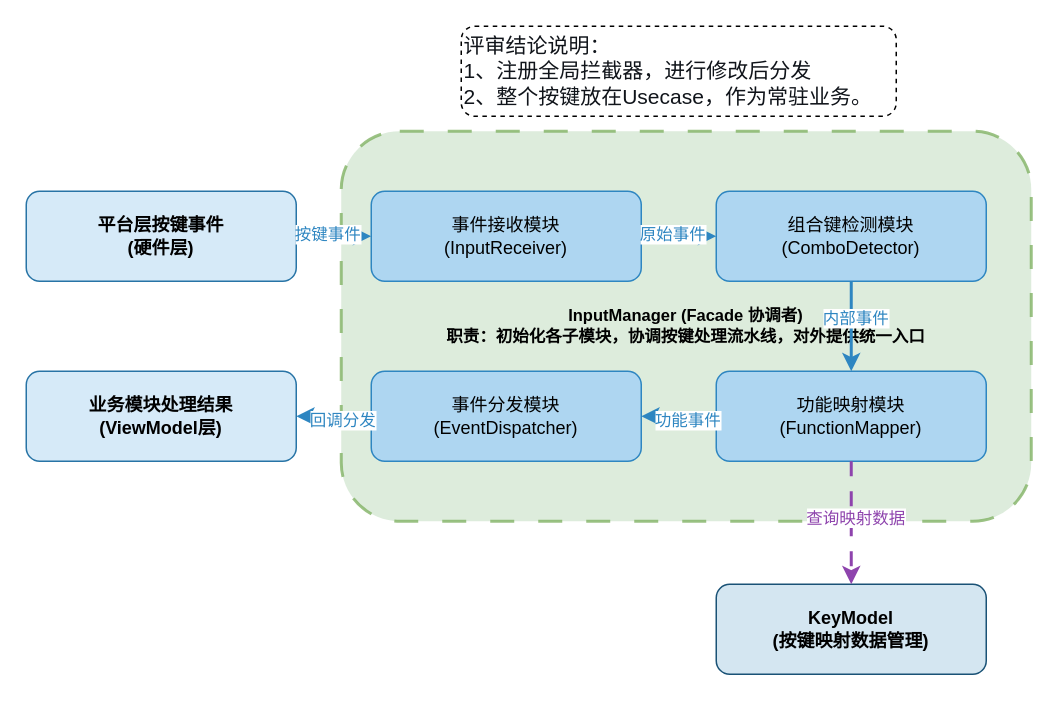
Before: page "按键分发" (11 of 13) of PDR.drawio in liyunhao2/technology, a draw.io diagram. Source tidied: cells renumbered, new cells numbered last; positions are measured from the earlier drawing's top-left corner, leaving out a move shared by most shapes. Both pictures are drawn from the tidied source at 150%, with x=0, y=0 at pixel (26, 26).
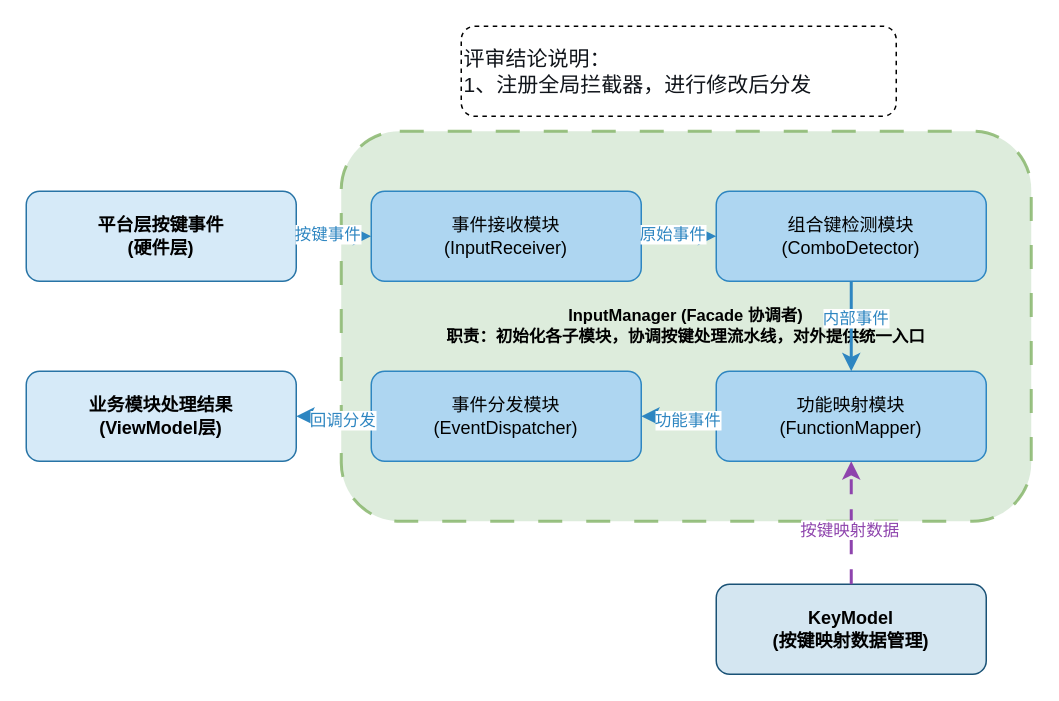
After the change.

The change refers to these unchanged cells:
```xml
<mxCell id="6" value="功能映射模块&lt;br&gt;(FunctionMapper)" style="rounded=1;whiteSpace=wrap;html=1;fillColor=#AED6F1;strokeColor=#2E86C1;fontSize=12;" parent="1" vertex="1">
  <mxGeometry x="460" y="230" width="180" height="60" as="geometry" />
</mxCell>
<mxCell id="9" value="KeyModel&lt;br&gt;(按键映射数据管理)" style="rounded=1;whiteSpace=wrap;html=1;fillColor=#D4E6F1;strokeColor=#1A5276;fontSize=12;fontStyle=1;" parent="1" vertex="1">
  <mxGeometry x="460" y="372" width="180" height="60" as="geometry" />
</mxCell>
```

The edit, as a diff of the source:
```diff
@@
-    <mxCell id="20" style="edgeStyle=orthogonalEdgeStyle;rounded=0;html=1;exitX=0.5;exitY=1;dashed=1;dashPattern=5 5;endArrow=classic;strokeColor=#8E44AD;strokeWidth=2;exitDx=0;exitDy=0;entryX=0.5;entryY=0;entryDx=0;entryDy=0;" parent="1" edge="1" source="6" target="9">
-      <mxGeometry relative="1" as="geometry">
-        <Array as="points">
-          <mxPoint x="550" y="350" />
-          <mxPoint x="550" y="350" />
-        </Array>
-      </mxGeometry>
+    <mxCell id="20" style="edgeStyle=orthogonalEdgeStyle;rounded=0;html=1;dashed=1;dashPattern=5 5;endArrow=classic;strokeColor=#8E44AD;strokeWidth=2;entryX=0.5;entryY=1;entryDx=0;entryDy=0;exitX=0.5;exitY=0;exitDx=0;exitDy=0;" parent="1" edge="1" source="9" target="6">
+      <mxGeometry relative="1" as="geometry" />
     </mxCell>
-    <mxCell id="21" value="查询映射数据" style="edgeLabel;html=1;align=center;verticalAlign=middle;fontSize=11;fontColor=#8E44AD;" parent="20" vertex="1">
+    <mxCell id="21" value="按键映射数据" style="edgeLabel;html=1;align=center;verticalAlign=middle;fontSize=11;fontColor=#8E44AD;" parent="20" vertex="1">
       <mxGeometry x="-0.1" y="2" relative="1" as="geometry" />
     </mxCell>
-    <mxCell id="22" value="&lt;div&gt;&lt;span style=&quot;color: rgb(16, 20, 26); font-family: &amp;quot;PingFang SC&amp;quot;, &amp;quot;Microsoft YaHei&amp;quot;, 黑体, 宋体, sans-serif, TdocsUncommon; font-size: 14px; white-space: pre-line; background-color: rgba(255, 255, 255, 0.92);&quot;&gt;评审结论说明：&lt;/span&gt;&lt;/div&gt;&lt;span style=&quot;color: rgb(16, 20, 26); font-family: &amp;quot;PingFang SC&amp;quot;, &amp;quot;Microsoft YaHei&amp;quot;, 黑体, 宋体, sans-serif, TdocsUncommon; font-size: 14px; white-space: pre-line; background-color: rgba(255, 255, 255, 0.92);&quot;&gt;1、注册全局拦截器，进行修改后分发&lt;/span&gt;&lt;div&gt;&lt;span style=&quot;color: rgb(16, 20, 26); font-family: &amp;quot;PingFang SC&amp;quot;, &amp;quot;Microsoft YaHei&amp;quot;, 黑体, 宋体, sans-serif, TdocsUncommon; font-size: 14px; white-space: pre-line; background-color: rgba(255, 255, 255, 0.92);&quot;&gt;2、&lt;/span&gt;&lt;span style=&quot;background-color: rgba(255, 255, 255, 0.92); color: rgb(16, 20, 26); font-family: &amp;quot;PingFang SC&amp;quot;, &amp;quot;Microsoft YaHei&amp;quot;, 黑体, 宋体, sans-serif, TdocsUncommon; font-size: 14px; white-space: pre-line;&quot;&gt;整个按键放在Usecase，作为常驻业务。&lt;/span&gt;&lt;/div&gt;" style="rounded=1;whiteSpace=wrap;html=1;dashed=1;align=left;" parent="1" vertex="1">
+    <mxCell id="22" value="&lt;div&gt;&lt;span style=&quot;color: rgb(16, 20, 26); font-family: &amp;quot;PingFang SC&amp;quot;, &amp;quot;Microsoft YaHei&amp;quot;, 黑体, 宋体, sans-serif, TdocsUncommon; font-size: 14px; white-space: pre-line; background-color: rgba(255, 255, 255, 0.92);&quot;&gt;评审结论说明：&lt;/span&gt;&lt;/div&gt;&lt;span style=&quot;color: rgb(16, 20, 26); font-family: &amp;quot;PingFang SC&amp;quot;, &amp;quot;Microsoft YaHei&amp;quot;, 黑体, 宋体, sans-serif, TdocsUncommon; font-size: 14px; white-space: pre-line; background-color: rgba(255, 255, 255, 0.92);&quot;&gt;1、注册全局拦截器，进行修改后分发&lt;/span&gt;" style="rounded=1;whiteSpace=wrap;html=1;dashed=1;align=left;" parent="1" vertex="1">
       <mxGeometry x="290" width="290" height="60" as="geometry" />
     </mxCell>
```
